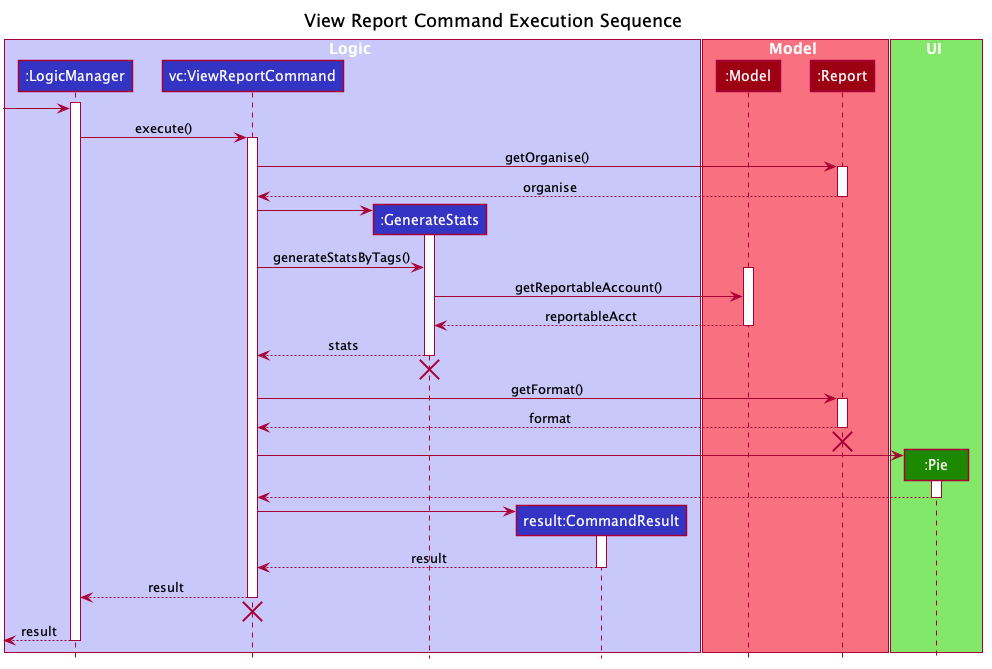
Before: images/ReportViewExecution.png, a diagram exported from PlantUML (AY1920S2-CS2103T-T10-3/main).
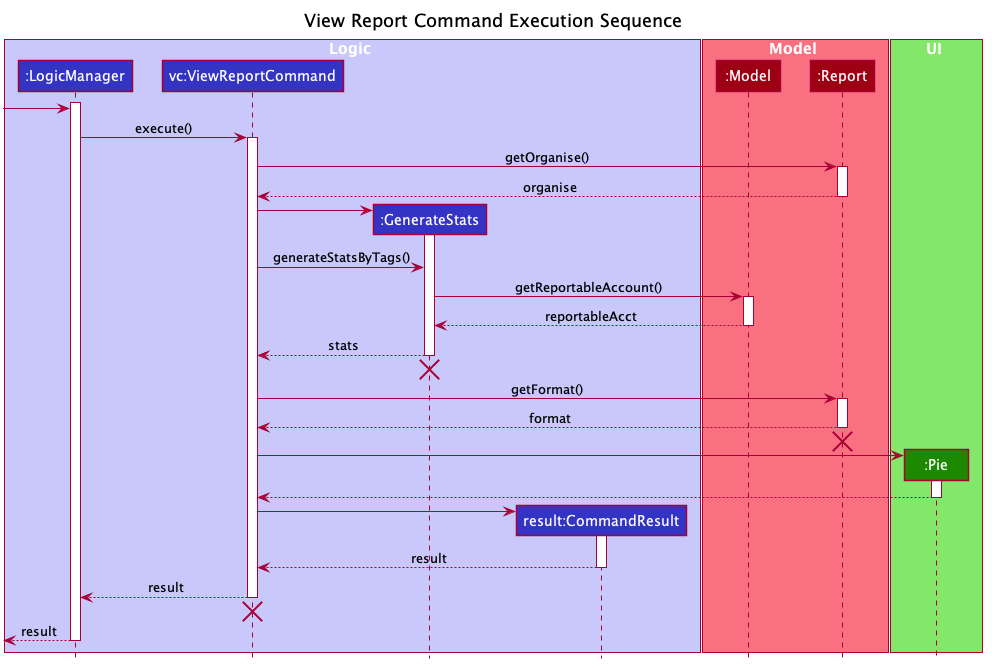
The same file after the commit.

Diff of the diagram source:
```diff
@@ -80,8 +80,8 @@
 ViewReportCommand -> GenerateStats
 activate GenerateStats
 ViewReportCommand -> GenerateStats : generateStatsByTags()
+GenerateStats -> Model : getReportableAccount()
 activate Model
-GenerateStats -> Model : getReportableAccount()
 Model --> GenerateStats : reportableAcct
 deactivate Model
 GenerateStats --> ViewReportCommand : stats
```
